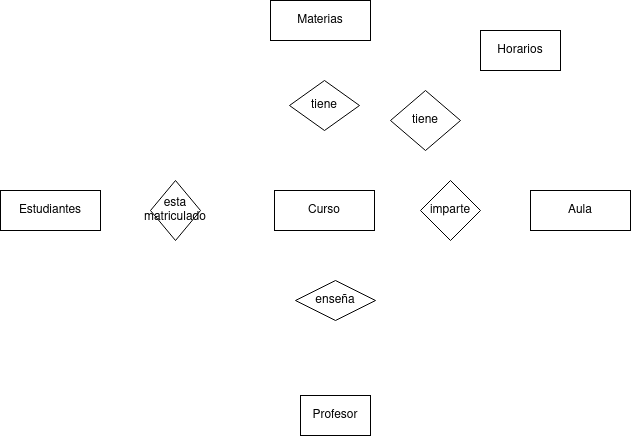
Above: Unidad-1/Tareas/Tareas entregables - Tarea 1/Tarea entregable - 1.drawio.png in CRhernandez1/base-datos (draw.io), before the change. Source tidied: cells renumbered, new cells last; positions are measured from the earlier drawing's top-left corner, leaving out a move shared by most shapes.
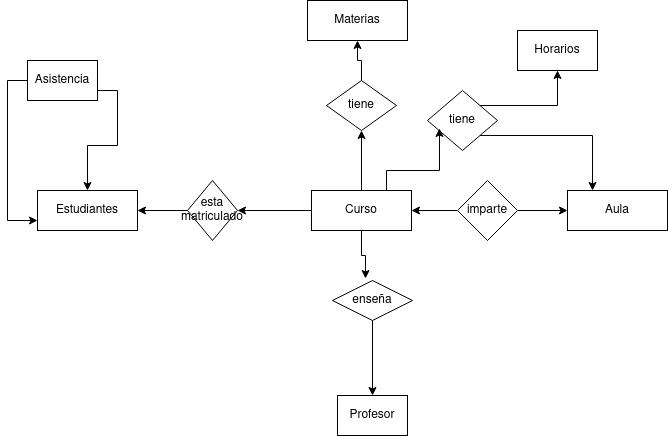
The same file after the commit.

Change to the diagram source:
```diff
@@ -2,21 +2,36 @@
   <root>
     <mxCell id="0" />
     <mxCell id="1" parent="0" />
+    <mxCell id="13" style="edgeStyle=orthogonalEdgeStyle;rounded=0;jettySize=auto;html=1;exitX=0;exitY=0.5;exitDx=0;exitDy=0;entryX=1;entryY=0.5;entryDx=0;entryDy=0;" parent="1" edge="1" source="2" target="4">
+      <mxGeometry relative="1" as="geometry" />
+    </mxCell>
+    <mxCell id="14" style="edgeStyle=orthogonalEdgeStyle;rounded=0;jettySize=auto;html=1;exitX=0.5;exitY=0;exitDx=0;exitDy=0;entryX=0.5;entryY=1;entryDx=0;entryDy=0;" parent="1" edge="1" source="2" target="7">
+      <mxGeometry relative="1" as="geometry" />
+    </mxCell>
     <mxCell id="2" value="Curso" style="whiteSpace=wrap;html=1;align=center;" parent="1" vertex="1">
       <mxGeometry x="274" y="190" width="100" height="40" as="geometry" />
     </mxCell>
     <mxCell id="3" value="Estudiantes" style="whiteSpace=wrap;html=1;align=center;" parent="1" vertex="1">
       <mxGeometry y="190" width="100" height="40" as="geometry" />
     </mxCell>
+    <mxCell id="15" style="edgeStyle=orthogonalEdgeStyle;rounded=0;jettySize=auto;html=1;exitX=0;exitY=0.5;exitDx=0;exitDy=0;entryX=1;entryY=0.5;entryDx=0;entryDy=0;" parent="1" edge="1" source="4" target="3">
+      <mxGeometry relative="1" as="geometry" />
+    </mxCell>
     <mxCell id="4" value="esta matriculado" style="shape=rhombus;perimeter=rhombusPerimeter;whiteSpace=wrap;html=1;align=center;" parent="1" vertex="1">
       <mxGeometry x="150" y="180" width="50" height="60" as="geometry" />
     </mxCell>
     <mxCell id="5" value="&lt;div&gt;Profesor&lt;/div&gt;" style="whiteSpace=wrap;html=1;align=center;" parent="1" vertex="1">
       <mxGeometry x="300" y="395" width="70" height="40" as="geometry" />
     </mxCell>
+    <mxCell id="16" style="edgeStyle=orthogonalEdgeStyle;rounded=0;jettySize=auto;html=1;exitX=0.5;exitY=1;exitDx=0;exitDy=0;entryX=0.5;entryY=0;entryDx=0;entryDy=0;" parent="1" edge="1" source="6" target="5">
+      <mxGeometry relative="1" as="geometry" />
+    </mxCell>
     <mxCell id="6" value="enseña" style="shape=rhombus;perimeter=rhombusPerimeter;whiteSpace=wrap;html=1;align=center;" parent="1" vertex="1">
       <mxGeometry x="295" y="280" width="80" height="40" as="geometry" />
     </mxCell>
+    <mxCell id="17" style="edgeStyle=orthogonalEdgeStyle;rounded=0;jettySize=auto;html=1;exitX=0.5;exitY=0;exitDx=0;exitDy=0;entryX=0.5;entryY=1;entryDx=0;entryDy=0;" parent="1" edge="1" source="7" target="8">
+      <mxGeometry relative="1" as="geometry" />
+    </mxCell>
     <mxCell id="7" value="tiene" style="shape=rhombus;perimeter=rhombusPerimeter;whiteSpace=wrap;html=1;align=center;" parent="1" vertex="1">
       <mxGeometry x="289" y="80" width="70" height="50" as="geometry" />
     </mxCell>
@@ -26,14 +41,41 @@
     <mxCell id="9" value="Aula" style="whiteSpace=wrap;html=1;align=center;" parent="1" vertex="1">
       <mxGeometry x="530" y="190" width="100" height="40" as="geometry" />
     </mxCell>
+    <mxCell id="18" style="edgeStyle=orthogonalEdgeStyle;rounded=0;jettySize=auto;html=1;exitX=0;exitY=0.5;exitDx=0;exitDy=0;entryX=1;entryY=0.5;entryDx=0;entryDy=0;" parent="1" edge="1" source="10" target="2">
+      <mxGeometry relative="1" as="geometry" />
+    </mxCell>
+    <mxCell id="19" style="edgeStyle=orthogonalEdgeStyle;rounded=0;jettySize=auto;html=1;exitX=1;exitY=0.5;exitDx=0;exitDy=0;entryX=0;entryY=0.5;entryDx=0;entryDy=0;" parent="1" edge="1" source="10" target="9">
+      <mxGeometry relative="1" as="geometry" />
+    </mxCell>
     <mxCell id="10" value="imparte" style="shape=rhombus;perimeter=rhombusPerimeter;whiteSpace=wrap;html=1;align=center;" parent="1" vertex="1">
       <mxGeometry x="420" y="180" width="60" height="60" as="geometry" />
     </mxCell>
+    <mxCell id="20" style="edgeStyle=orthogonalEdgeStyle;rounded=0;jettySize=auto;html=1;exitX=1;exitY=0;exitDx=0;exitDy=0;entryX=0.5;entryY=1;entryDx=0;entryDy=0;" parent="1" edge="1" source="11" target="12">
+      <mxGeometry relative="1" as="geometry" />
+    </mxCell>
+    <mxCell id="21" style="edgeStyle=orthogonalEdgeStyle;rounded=0;jettySize=auto;html=1;exitX=1;exitY=1;exitDx=0;exitDy=0;entryX=0.25;entryY=0;entryDx=0;entryDy=0;" parent="1" edge="1" source="11" target="9">
+      <mxGeometry relative="1" as="geometry" />
+    </mxCell>
     <mxCell id="11" value="tiene" style="shape=rhombus;perimeter=rhombusPerimeter;whiteSpace=wrap;html=1;align=center;" parent="1" vertex="1">
       <mxGeometry x="390" y="90" width="70" height="60" as="geometry" />
     </mxCell>
     <mxCell id="12" value="Horarios" style="whiteSpace=wrap;html=1;align=center;" parent="1" vertex="1">
       <mxGeometry x="480" y="30" width="80" height="40" as="geometry" />
     </mxCell>
+    <mxCell id="22" style="edgeStyle=orthogonalEdgeStyle;rounded=0;jettySize=auto;html=1;exitX=0.5;exitY=1;exitDx=0;exitDy=0;entryX=0.413;entryY=-0.05;entryDx=0;entryDy=0;entryPerimeter=0;" parent="1" edge="1" source="2" target="6">
+      <mxGeometry relative="1" as="geometry" />
+    </mxCell>
+    <mxCell id="23" style="edgeStyle=orthogonalEdgeStyle;rounded=0;jettySize=auto;html=1;exitX=0.75;exitY=0;exitDx=0;exitDy=0;entryX=0.171;entryY=0.633;entryDx=0;entryDy=0;entryPerimeter=0;" parent="1" edge="1" source="2" target="11">
+      <mxGeometry relative="1" as="geometry" />
+    </mxCell>
+    <mxCell id="24" style="edgeStyle=orthogonalEdgeStyle;rounded=0;jettySize=auto;html=1;exitX=0;exitY=0.5;exitDx=0;exitDy=0;entryX=0;entryY=0.75;entryDx=0;entryDy=0;" parent="1" edge="1" source="26" target="3">
+      <mxGeometry relative="1" as="geometry" />
+    </mxCell>
+    <mxCell id="25" style="edgeStyle=orthogonalEdgeStyle;rounded=0;jettySize=auto;html=1;exitX=1;exitY=0.75;exitDx=0;exitDy=0;entryX=0.5;entryY=0;entryDx=0;entryDy=0;" parent="1" edge="1" source="26" target="3">
+      <mxGeometry relative="1" as="geometry" />
+    </mxCell>
+    <mxCell id="26" value="Asistencia" style="whiteSpace=wrap;html=1;align=center;" parent="1" vertex="1">
+      <mxGeometry x="-10" y="60" width="70" height="40" as="geometry" />
+    </mxCell>
   </root>
 </mxGraphModel>
```
